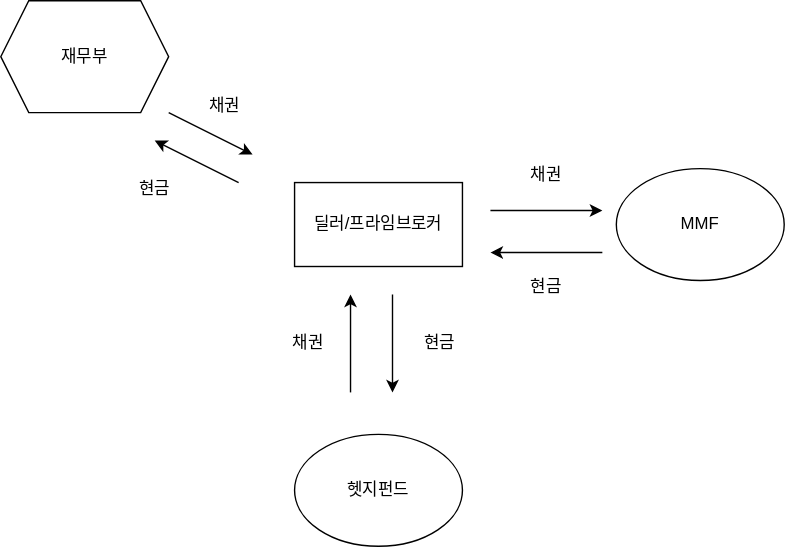
The draw.io diagram content/금융/rehypothecation.drawio.svg in yongwoos/yongwoos.github.io, before a commit. Source tidied: cells renumbered, new cells last; positions are measured from the earlier drawing's top-left corner, leaving out a move shared by most shapes. The source it was exported from:
```xml
<mxGraphModel>
  <root>
    <mxCell id="0" />
    <mxCell id="1" parent="0" />
    <mxCell id="2" value="딜러/프라임브로커" style="rounded=0;whiteSpace=wrap;html=1;" parent="1" vertex="1">
      <mxGeometry x="210" y="130" width="120" height="60" as="geometry" />
    </mxCell>
    <mxCell id="3" value="MMF" style="ellipse;whiteSpace=wrap;html=1;" parent="1" vertex="1">
      <mxGeometry x="440" y="120" width="120" height="80" as="geometry" />
    </mxCell>
    <mxCell id="4" value="헷지펀드" style="ellipse;whiteSpace=wrap;html=1;" parent="1" vertex="1">
      <mxGeometry x="210" y="310" width="120" height="80" as="geometry" />
    </mxCell>
    <mxCell id="5" style="endArrow=classic;html=1;rounded=0;" parent="1" edge="1">
      <mxGeometry relative="1" as="geometry">
        <mxPoint x="250" y="280" as="sourcePoint" />
        <mxPoint x="250" y="210" as="targetPoint" />
      </mxGeometry>
    </mxCell>
    <mxCell id="6" style="endArrow=none;html=1;rounded=0;startArrow=classic;startFill=1;endFill=0;" parent="1" edge="1">
      <mxGeometry relative="1" as="geometry">
        <mxPoint x="280" y="280" as="sourcePoint" />
        <mxPoint x="280" y="210" as="targetPoint" />
      </mxGeometry>
    </mxCell>
    <mxCell id="7" value="채권" style="text;html=1;whiteSpace=wrap;strokeColor=none;fillColor=none;align=center;verticalAlign=middle;rounded=0;" parent="1" vertex="1">
      <mxGeometry x="190" y="230" width="60" height="30" as="geometry" />
    </mxCell>
    <mxCell id="8" value="현금" style="text;html=1;whiteSpace=wrap;strokeColor=none;fillColor=none;align=center;verticalAlign=middle;rounded=0;" parent="1" vertex="1">
      <mxGeometry x="284" y="230" width="60" height="30" as="geometry" />
    </mxCell>
    <mxCell id="9" style="endArrow=classic;html=1;rounded=0;" parent="1" edge="1">
      <mxGeometry relative="1" as="geometry">
        <mxPoint x="350" y="150" as="sourcePoint" />
        <mxPoint x="430" y="150" as="targetPoint" />
      </mxGeometry>
    </mxCell>
    <mxCell id="10" style="endArrow=none;html=1;rounded=0;startArrow=classic;startFill=1;endFill=0;" parent="1" edge="1">
      <mxGeometry relative="1" as="geometry">
        <mxPoint x="350" y="180" as="sourcePoint" />
        <mxPoint x="430" y="180" as="targetPoint" />
      </mxGeometry>
    </mxCell>
    <mxCell id="11" value="채권" style="text;html=1;whiteSpace=wrap;strokeColor=none;fillColor=none;align=center;verticalAlign=middle;rounded=0;" parent="1" vertex="1">
      <mxGeometry x="360" y="110" width="60" height="30" as="geometry" />
    </mxCell>
    <mxCell id="12" value="현금" style="text;html=1;whiteSpace=wrap;strokeColor=none;fillColor=none;align=center;verticalAlign=middle;rounded=0;" parent="1" vertex="1">
      <mxGeometry x="360" y="190" width="60" height="30" as="geometry" />
    </mxCell>
    <mxCell id="13" value="재무부" style="shape=hexagon;perimeter=hexagonPerimeter2;whiteSpace=wrap;html=1;fixedSize=1;" parent="1" vertex="1">
      <mxGeometry width="120" height="80" as="geometry" />
    </mxCell>
    <mxCell id="14" style="endArrow=classic;html=1;rounded=0;" parent="1" edge="1">
      <mxGeometry relative="1" as="geometry">
        <mxPoint x="120" y="80" as="sourcePoint" />
        <mxPoint x="180" y="110" as="targetPoint" />
      </mxGeometry>
    </mxCell>
    <mxCell id="15" value="채권" style="text;html=1;whiteSpace=wrap;strokeColor=none;fillColor=none;align=center;verticalAlign=middle;rounded=0;" parent="1" vertex="1">
      <mxGeometry x="130" y="60" width="60" height="30" as="geometry" />
    </mxCell>
    <mxCell id="16" style="endArrow=none;html=1;rounded=0;endFill=0;startArrow=classic;startFill=1;" parent="1" edge="1">
      <mxGeometry relative="1" as="geometry">
        <mxPoint x="110" y="100" as="sourcePoint" />
        <mxPoint x="170" y="130" as="targetPoint" />
      </mxGeometry>
    </mxCell>
    <mxCell id="17" value="현금" style="text;html=1;whiteSpace=wrap;strokeColor=none;fillColor=none;align=center;verticalAlign=middle;rounded=0;" parent="1" vertex="1">
      <mxGeometry x="80" y="120" width="60" height="30" as="geometry" />
    </mxCell>
  </root>
</mxGraphModel>
```
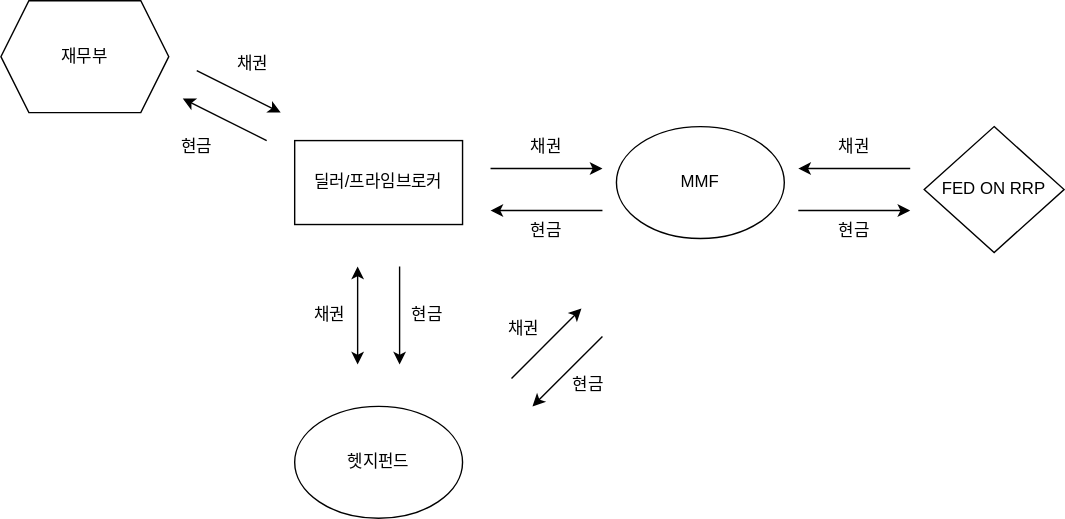
After the change.

Commit message:
Implement code changes to enhance functionality and improve performance

What changed in the source:
```diff
@@ -9,25 +9,25 @@
       <mxGeometry x="440" y="120" width="120" height="80" as="geometry" />
     </mxCell>
     <mxCell id="4" value="헷지펀드" style="ellipse;whiteSpace=wrap;html=1;" parent="1" vertex="1">
-      <mxGeometry x="210" y="310" width="120" height="80" as="geometry" />
+      <mxGeometry x="210" y="320" width="120" height="80" as="geometry" />
     </mxCell>
-    <mxCell id="5" style="endArrow=classic;html=1;rounded=0;" parent="1" edge="1">
+    <mxCell id="5" style="endArrow=classic;html=1;rounded=0;startArrow=classic;startFill=1;endFill=1;" parent="1" edge="1">
       <mxGeometry relative="1" as="geometry">
-        <mxPoint x="250" y="280" as="sourcePoint" />
-        <mxPoint x="250" y="210" as="targetPoint" />
+        <mxPoint x="255" y="290" as="sourcePoint" />
+        <mxPoint x="255" y="220" as="targetPoint" />
       </mxGeometry>
     </mxCell>
     <mxCell id="6" style="endArrow=none;html=1;rounded=0;startArrow=classic;startFill=1;endFill=0;" parent="1" edge="1">
       <mxGeometry relative="1" as="geometry">
-        <mxPoint x="280" y="280" as="sourcePoint" />
-        <mxPoint x="280" y="210" as="targetPoint" />
+        <mxPoint x="285" y="290" as="sourcePoint" />
+        <mxPoint x="285" y="220" as="targetPoint" />
       </mxGeometry>
     </mxCell>
     <mxCell id="7" value="채권" style="text;html=1;whiteSpace=wrap;strokeColor=none;fillColor=none;align=center;verticalAlign=middle;rounded=0;" parent="1" vertex="1">
-      <mxGeometry x="190" y="230" width="60" height="30" as="geometry" />
+      <mxGeometry x="205" y="240" width="60" height="30" as="geometry" />
     </mxCell>
     <mxCell id="8" value="현금" style="text;html=1;whiteSpace=wrap;strokeColor=none;fillColor=none;align=center;verticalAlign=middle;rounded=0;" parent="1" vertex="1">
-      <mxGeometry x="284" y="230" width="60" height="30" as="geometry" />
+      <mxGeometry x="275" y="240" width="60" height="30" as="geometry" />
     </mxCell>
     <mxCell id="9" style="endArrow=classic;html=1;rounded=0;" parent="1" edge="1">
       <mxGeometry relative="1" as="geometry">
@@ -42,31 +42,73 @@
       </mxGeometry>
     </mxCell>
     <mxCell id="11" value="채권" style="text;html=1;whiteSpace=wrap;strokeColor=none;fillColor=none;align=center;verticalAlign=middle;rounded=0;" parent="1" vertex="1">
-      <mxGeometry x="360" y="110" width="60" height="30" as="geometry" />
+      <mxGeometry x="360" y="120" width="60" height="30" as="geometry" />
     </mxCell>
     <mxCell id="12" value="현금" style="text;html=1;whiteSpace=wrap;strokeColor=none;fillColor=none;align=center;verticalAlign=middle;rounded=0;" parent="1" vertex="1">
-      <mxGeometry x="360" y="190" width="60" height="30" as="geometry" />
+      <mxGeometry x="360" y="180" width="60" height="30" as="geometry" />
     </mxCell>
     <mxCell id="13" value="재무부" style="shape=hexagon;perimeter=hexagonPerimeter2;whiteSpace=wrap;html=1;fixedSize=1;" parent="1" vertex="1">
-      <mxGeometry width="120" height="80" as="geometry" />
+      <mxGeometry y="30" width="120" height="80" as="geometry" />
     </mxCell>
     <mxCell id="14" style="endArrow=classic;html=1;rounded=0;" parent="1" edge="1">
       <mxGeometry relative="1" as="geometry">
-        <mxPoint x="120" y="80" as="sourcePoint" />
-        <mxPoint x="180" y="110" as="targetPoint" />
+        <mxPoint x="140" y="80" as="sourcePoint" />
+        <mxPoint x="200" y="110" as="targetPoint" />
       </mxGeometry>
     </mxCell>
     <mxCell id="15" value="채권" style="text;html=1;whiteSpace=wrap;strokeColor=none;fillColor=none;align=center;verticalAlign=middle;rounded=0;" parent="1" vertex="1">
-      <mxGeometry x="130" y="60" width="60" height="30" as="geometry" />
+      <mxGeometry x="150" y="60" width="60" height="30" as="geometry" />
     </mxCell>
     <mxCell id="16" style="endArrow=none;html=1;rounded=0;endFill=0;startArrow=classic;startFill=1;" parent="1" edge="1">
       <mxGeometry relative="1" as="geometry">
-        <mxPoint x="110" y="100" as="sourcePoint" />
-        <mxPoint x="170" y="130" as="targetPoint" />
+        <mxPoint x="130" y="100" as="sourcePoint" />
+        <mxPoint x="190" y="130" as="targetPoint" />
       </mxGeometry>
     </mxCell>
     <mxCell id="17" value="현금" style="text;html=1;whiteSpace=wrap;strokeColor=none;fillColor=none;align=center;verticalAlign=middle;rounded=0;" parent="1" vertex="1">
-      <mxGeometry x="80" y="120" width="60" height="30" as="geometry" />
+      <mxGeometry x="110" y="120" width="60" height="30" as="geometry" />
     </mxCell>
+    <mxCell id="18" value="FED ON RRP" style="rhombus;whiteSpace=wrap;html=1;" parent="1" vertex="1">
+      <mxGeometry x="660" y="120" width="100" height="90" as="geometry" />
+    </mxCell>
+    <mxCell id="19" style="endArrow=none;html=1;rounded=0;startArrow=classic;startFill=1;endFill=0;" parent="1" edge="1">
+      <mxGeometry relative="1" as="geometry">
+        <mxPoint x="570" y="150" as="sourcePoint" />
+        <mxPoint x="650" y="150" as="targetPoint" />
+      </mxGeometry>
+    </mxCell>
+    <mxCell id="20" style="endArrow=classic;html=1;rounded=0;startArrow=none;startFill=0;endFill=1;" parent="1" edge="1">
+      <mxGeometry relative="1" as="geometry">
+        <mxPoint x="570" y="180" as="sourcePoint" />
+        <mxPoint x="650" y="180" as="targetPoint" />
+      </mxGeometry>
+    </mxCell>
+    <mxCell id="21" value="채권" style="text;html=1;whiteSpace=wrap;strokeColor=none;fillColor=none;align=center;verticalAlign=middle;rounded=0;" parent="1" vertex="1">
+      <mxGeometry x="580" y="120" width="60" height="30" as="geometry" />
+    </mxCell>
+    <mxCell id="22" value="현금" style="text;html=1;whiteSpace=wrap;strokeColor=none;fillColor=none;align=center;verticalAlign=middle;rounded=0;" parent="1" vertex="1">
+      <mxGeometry x="580" y="180" width="60" height="30" as="geometry" />
+    </mxCell>
+    <mxCell id="23" style="endArrow=classic;html=1;rounded=0;" parent="1" edge="1">
+      <mxGeometry relative="1" as="geometry">
+        <mxPoint x="365" y="300" as="sourcePoint" />
+        <mxPoint x="415" y="250" as="targetPoint" />
+      </mxGeometry>
+    </mxCell>
+    <mxCell id="24" style="endArrow=none;html=1;rounded=0;startArrow=classic;startFill=1;endFill=0;" parent="1" edge="1">
+      <mxGeometry relative="1" as="geometry">
+        <mxPoint x="380" y="320" as="sourcePoint" />
+        <mxPoint x="430" y="270" as="targetPoint" />
+      </mxGeometry>
+    </mxCell>
+    <mxCell id="25" value="현금" style="text;html=1;whiteSpace=wrap;strokeColor=none;fillColor=none;align=center;verticalAlign=middle;rounded=0;" parent="1" vertex="1">
+      <mxGeometry x="390" y="290" width="60" height="30" as="geometry" />
+    </mxCell>
+    <mxCell id="26" value="채권" style="text;html=1;whiteSpace=wrap;strokeColor=none;fillColor=none;align=center;verticalAlign=middle;rounded=0;" parent="1" vertex="1">
+      <mxGeometry x="344" y="250" width="60" height="30" as="geometry" />
+    </mxCell>
+    <mxCell id="27" style="edgeStyle=orthogonalEdgeStyle;rounded=0;orthogonalLoop=1;jettySize=auto;html=1;exitX=0.5;exitY=1;exitDx=0;exitDy=0;" parent="1" edge="1" source="12" target="12">
+      <mxGeometry relative="1" as="geometry" />
+    </mxCell>
   </root>
 </mxGraphModel>
```
